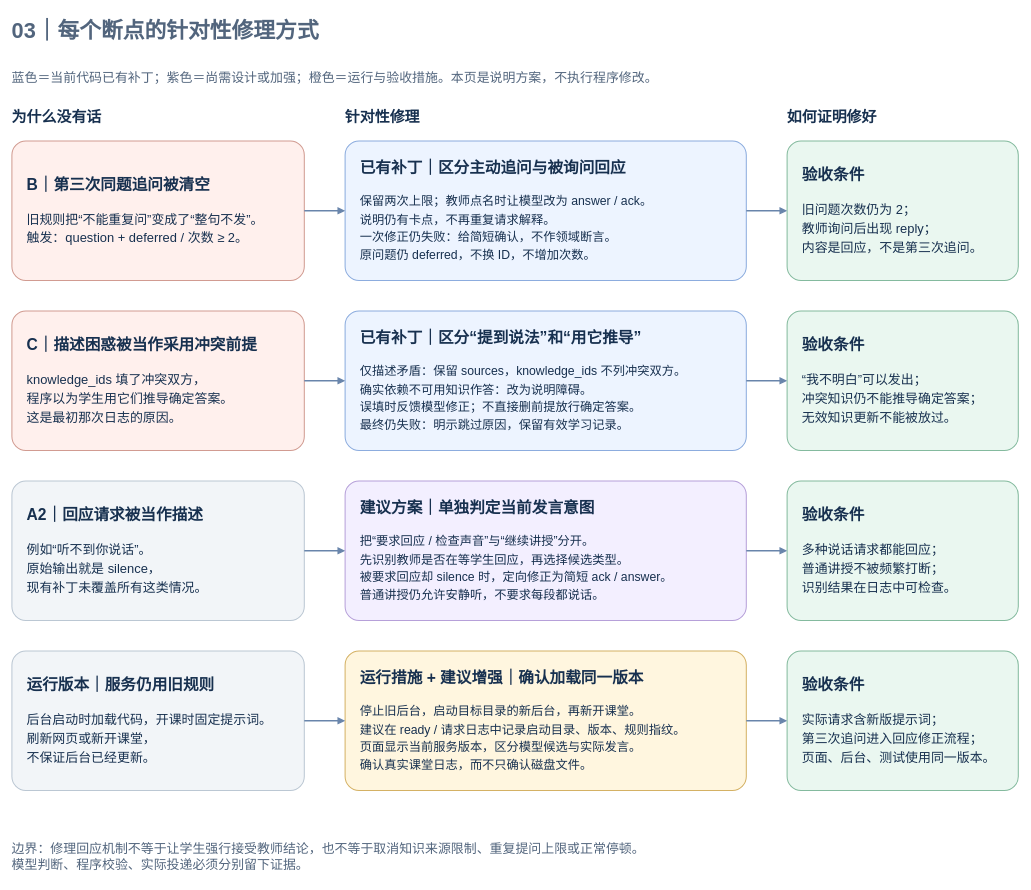
Above: page "03｜每个断点的针对性修理方式" (3 of 5) of docs/发言机制诊断/LearnFromYou-学生不发言原因与针对性修理.drawio in Liyang-pai/LearnFromYou (draw.io), before the change. Source tidied: cells renumbered, new cells numbered last; positions are measured from the earlier drawing's top-left corner, leaving out a move shared by most shapes. Both pictures are drawn from the tidied source at 68%, with x=0, y=0 at pixel (12, 12).
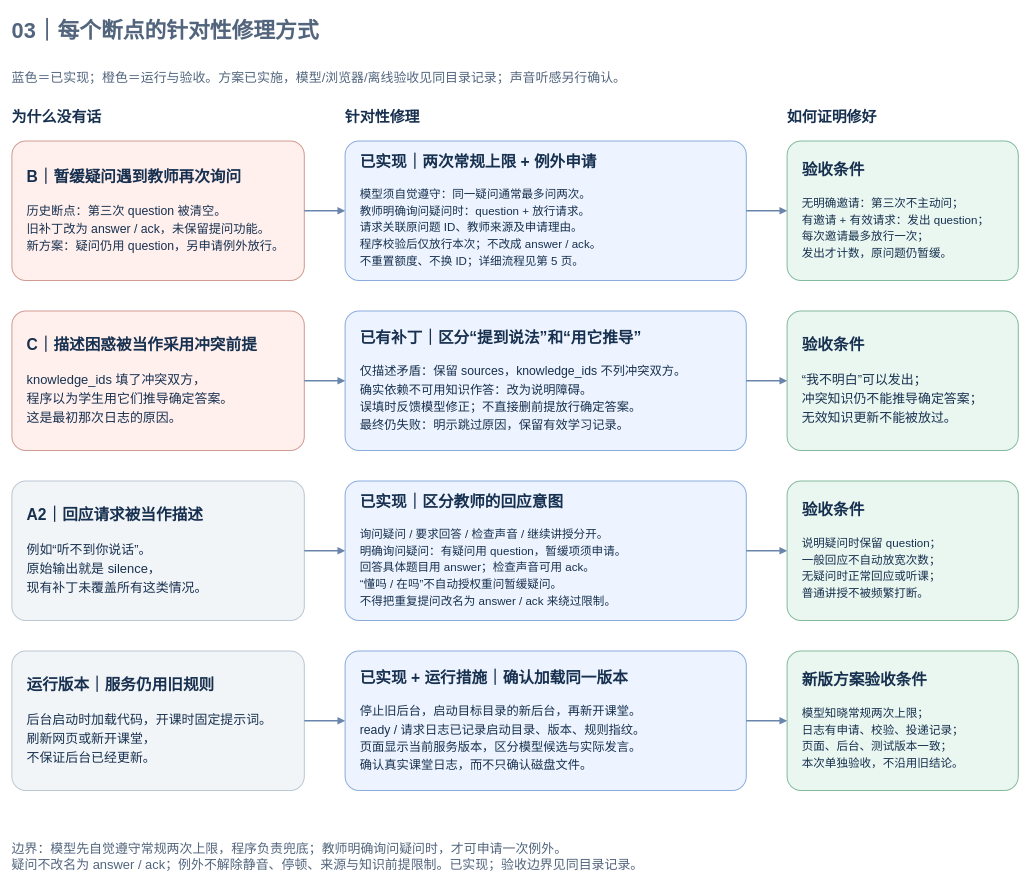
The same page after the edit.

The edit, as a diff of the source:
```diff
@@
-    <mxCell id="3" value="蓝色＝当前代码已有补丁；紫色＝尚需设计或加强；橙色＝运行与验收措施。本页是说明方案，不执行程序修改。" style="text;html=1;whiteSpace=wrap;align=left;verticalAlign=middle;fontFamily=PingFang SC;fontSize=19;fontColor=#52657D;fontStyle=0;spacing=0;strokeColor=none;fillColor=none;" parent="1" vertex="1">
+    <mxCell id="3" value="蓝色＝已实现；橙色＝运行与验收。方案已实施，模型/浏览器/离线验收见同目录记录；声音听感另行确认。" style="text;html=1;whiteSpace=wrap;align=left;verticalAlign=middle;fontFamily=PingFang SC;fontSize=19;fontColor=#52657D;fontStyle=0;spacing=0;strokeColor=none;fillColor=none;" parent="1" vertex="1">
       <mxGeometry y="65" width="1480" height="65" as="geometry" />
     </mxCell>
@@
-    <mxCell id="7" value="&lt;div style=&quot;font-size:23px;font-weight:bold;line-height:1.25&quot;&gt;B｜第三次同题追问被清空&lt;/div&gt;&lt;br&gt;&lt;div style=&quot;font-size:19px;line-height:1.45&quot;&gt;旧规则把“不能重复问”变成了“整句不发”。&lt;br&gt;触发：question + deferred / 次数 ≥ 2。&lt;/div&gt;" style="rounded=1;arcSize=10;html=1;whiteSpace=wrap;align=left;verticalAlign=middle;spacing=22;fontFamily=PingFang SC;fontSize=19;fontColor=#17304F;fillColor=#FFF0ED;strokeColor=#D19B91;strokeWidth=1.5;" parent="1" vertex="1">
+    <mxCell id="7" value="&lt;div style=&quot;font-size:23px;font-weight:bold;line-height:1.25&quot;&gt;B｜暂缓疑问遇到教师再次询问&lt;/div&gt;&lt;br&gt;&lt;div style=&quot;font-size:18px;line-height:1.45&quot;&gt;历史断点：第三次 question 被清空。&lt;br&gt;旧补丁改为 answer / ack，未保留提问功能。&lt;br&gt;新方案：疑问仍用 question，另申请例外放行。&lt;/div&gt;" style="rounded=1;arcSize=10;html=1;whiteSpace=wrap;align=left;verticalAlign=middle;spacing=22;fontFamily=PingFang SC;fontSize=19;fontColor=#17304F;fillColor=#FFF0ED;strokeColor=#D19B91;strokeWidth=1.5;" parent="1" vertex="1">
       <mxGeometry y="190" width="430" height="205" as="geometry" />
     </mxCell>
-    <mxCell id="8" value="&lt;div style=&quot;font-size:23px;font-weight:bold;line-height:1.25&quot;&gt;已有补丁｜区分主动追问与被询问回应&lt;/div&gt;&lt;br&gt;&lt;div style=&quot;font-size:18px;line-height:1.45&quot;&gt;保留两次上限；教师点名时让模型改为 answer / ack。&lt;br&gt;说明仍有卡点，不再重复请求解释。&lt;br&gt;一次修正仍失败：给简短确认，不作领域断言。&lt;br&gt;原问题仍 deferred，不换 ID，不增加次数。&lt;/div&gt;" style="rounded=1;arcSize=10;html=1;whiteSpace=wrap;align=left;verticalAlign=middle;spacing=22;fontFamily=PingFang SC;fontSize=18;fontColor=#17304F;fillColor=#EDF4FF;strokeColor=#8CACDE;strokeWidth=1.5;" parent="1" vertex="1">
+    <mxCell id="8" value="&lt;div style=&quot;font-size:23px;font-weight:bold;line-height:1.25&quot;&gt;已实现｜两次常规上限 + 例外申请&lt;/div&gt;&lt;br&gt;&lt;div style=&quot;font-size:17px;line-height:1.45&quot;&gt;模型须自觉遵守：同一疑问通常最多问两次。&lt;br&gt;教师明确询问疑问时：question + 放行请求。&lt;br&gt;请求关联原问题 ID、教师来源及申请理由。&lt;br&gt;程序校验后仅放行本次；不改成 answer / ack。&lt;br&gt;不重置额度、不换 ID；详细流程见第 5 页。&lt;/div&gt;" style="rounded=1;arcSize=10;html=1;whiteSpace=wrap;align=left;verticalAlign=middle;spacing=22;fontFamily=PingFang SC;fontSize=18;fontColor=#17304F;fillColor=#EDF4FF;strokeColor=#8CACDE;strokeWidth=1.5;" parent="1" vertex="1">
       <mxGeometry x="490" y="190" width="590" height="205" as="geometry" />
     </mxCell>
-    <mxCell id="9" value="&lt;div style=&quot;font-size:23px;font-weight:bold;line-height:1.25&quot;&gt;验收条件&lt;/div&gt;&lt;br&gt;&lt;div style=&quot;font-size:19px;line-height:1.45&quot;&gt;旧问题次数仍为 2；&lt;br&gt;教师询问后出现 reply；&lt;br&gt;内容是回应，不是第三次追问。&lt;/div&gt;" style="rounded=1;arcSize=10;html=1;whiteSpace=wrap;align=left;verticalAlign=middle;spacing=22;fontFamily=PingFang SC;fontSize=19;fontColor=#17304F;fillColor=#EAF7F0;strokeColor=#84BA9E;strokeWidth=1.5;" parent="1" vertex="1">
+    <mxCell id="9" value="&lt;div style=&quot;font-size:23px;font-weight:bold;line-height:1.25&quot;&gt;验收条件&lt;/div&gt;&lt;br&gt;&lt;div style=&quot;font-size:17px;line-height:1.45&quot;&gt;无明确邀请：第三次不主动问；&lt;br&gt;有邀请 + 有效请求：发出 question；&lt;br&gt;每次邀请最多放行一次；&lt;br&gt;发出才计数，原问题仍暂缓。&lt;/div&gt;" style="rounded=1;arcSize=10;html=1;whiteSpace=wrap;align=left;verticalAlign=middle;spacing=22;fontFamily=PingFang SC;fontSize=19;fontColor=#17304F;fillColor=#EAF7F0;strokeColor=#84BA9E;strokeWidth=1.5;" parent="1" vertex="1">
       <mxGeometry x="1140" y="190" width="340" height="205" as="geometry" />
     </mxCell>
@@
-    <mxCell id="18" value="&lt;div style=&quot;font-size:23px;font-weight:bold;line-height:1.25&quot;&gt;建议方案｜单独判定当前发言意图&lt;/div&gt;&lt;br&gt;&lt;div style=&quot;font-size:18px;line-height:1.45&quot;&gt;把“要求回应 / 检查声音”与“继续讲授”分开。&lt;br&gt;先识别教师是否在等学生回应，再选择候选类型。&lt;br&gt;被要求回应却 silence 时，定向修正为简短 ack / answer。&lt;br&gt;普通讲授仍允许安静听，不要求每段都说话。&lt;/div&gt;" style="rounded=1;arcSize=10;html=1;whiteSpace=wrap;align=left;verticalAlign=middle;spacing=22;fontFamily=PingFang SC;fontSize=18;fontColor=#17304F;fillColor=#F3EFFF;strokeColor=#B6A0D9;strokeWidth=1.5;" parent="1" vertex="1">
+    <mxCell id="18" value="&lt;div style=&quot;font-size:23px;font-weight:bold;line-height:1.25&quot;&gt;已实现｜区分教师的回应意图&lt;/div&gt;&lt;br&gt;&lt;div style=&quot;font-size:17px;line-height:1.45&quot;&gt;询问疑问 / 要求回答 / 检查声音 / 继续讲授分开。&lt;br&gt;明确询问疑问：有疑问用 question，暂缓项须申请。&lt;br&gt;回答具体题目用 answer；检查声音可用 ack。&lt;br&gt;“懂吗 / 在吗”不自动授权重问暂缓疑问。&lt;br&gt;不得把重复提问改名为 answer / ack 来绕过限制。&lt;/div&gt;" style="rounded=1;arcSize=10;html=1;whiteSpace=wrap;align=left;verticalAlign=middle;spacing=22;fontFamily=PingFang SC;fontSize=18;fontColor=#17304F;fillColor=#EDF4FF;strokeColor=#8CACDE;strokeWidth=1.5;" parent="1" vertex="1">
       <mxGeometry x="490" y="690" width="590" height="205" as="geometry" />
     </mxCell>
-    <mxCell id="19" value="&lt;div style=&quot;font-size:23px;font-weight:bold;line-height:1.25&quot;&gt;验收条件&lt;/div&gt;&lt;br&gt;&lt;div style=&quot;font-size:19px;line-height:1.45&quot;&gt;多种说话请求都能回应；&lt;br&gt;普通讲授不被频繁打断；&lt;br&gt;识别结果在日志中可检查。&lt;/div&gt;" style="rounded=1;arcSize=10;html=1;whiteSpace=wrap;align=left;verticalAlign=middle;spacing=22;fontFamily=PingFang SC;fontSize=19;fontColor=#17304F;fillColor=#EAF7F0;strokeColor=#84BA9E;strokeWidth=1.5;" parent="1" vertex="1">
+    <mxCell id="19" value="&lt;div style=&quot;font-size:23px;font-weight:bold;line-height:1.25&quot;&gt;验收条件&lt;/div&gt;&lt;br&gt;&lt;div style=&quot;font-size:17px;line-height:1.45&quot;&gt;说明疑问时保留 question；&lt;br&gt;一般回应不自动放宽次数；&lt;br&gt;无疑问时正常回应或听课；&lt;br&gt;普通讲授不被频繁打断。&lt;/div&gt;" style="rounded=1;arcSize=10;html=1;whiteSpace=wrap;align=left;verticalAlign=middle;spacing=22;fontFamily=PingFang SC;fontSize=19;fontColor=#17304F;fillColor=#EAF7F0;strokeColor=#84BA9E;strokeWidth=1.5;" parent="1" vertex="1">
       <mxGeometry x="1140" y="690" width="340" height="205" as="geometry" />
     </mxCell>
@@
-    <mxCell id="23" value="&lt;div style=&quot;font-size:23px;font-weight:bold;line-height:1.25&quot;&gt;运行措施 + 建议增强｜确认加载同一版本&lt;/div&gt;&lt;br&gt;&lt;div style=&quot;font-size:18px;line-height:1.45&quot;&gt;停止旧后台，启动目标目录的新后台，再新开课堂。&lt;br&gt;建议在 ready / 请求日志中记录启动目录、版本、规则指纹。&lt;br&gt;页面显示当前服务版本，区分模型候选与实际发言。&lt;br&gt;确认真实课堂日志，而不只确认磁盘文件。&lt;/div&gt;" style="rounded=1;arcSize=10;html=1;whiteSpace=wrap;align=left;verticalAlign=middle;spacing=22;fontFamily=PingFang SC;fontSize=18;fontColor=#17304F;fillColor=#FFF6DF;strokeColor=#D4B164;strokeWidth=1.5;" parent="1" vertex="1">
+    <mxCell id="23" value="&lt;div style=&quot;font-size:23px;font-weight:bold;line-height:1.25&quot;&gt;已实现 + 运行措施｜确认加载同一版本&lt;/div&gt;&lt;br&gt;&lt;div style=&quot;font-size:18px;line-height:1.45&quot;&gt;停止旧后台，启动目标目录的新后台，再新开课堂。&lt;br&gt;ready / 请求日志已记录启动目录、版本、规则指纹。&lt;br&gt;页面显示当前服务版本，区分模型候选与实际发言。&lt;br&gt;确认真实课堂日志，而不只确认磁盘文件。&lt;/div&gt;" style="rounded=1;arcSize=10;html=1;whiteSpace=wrap;align=left;verticalAlign=middle;spacing=22;fontFamily=PingFang SC;fontSize=18;fontColor=#17304F;fillColor=#EDF4FF;strokeColor=#8CACDE;strokeWidth=1.5;" parent="1" vertex="1">
       <mxGeometry x="490" y="940" width="590" height="205" as="geometry" />
     </mxCell>
-    <mxCell id="24" value="&lt;div style=&quot;font-size:23px;font-weight:bold;line-height:1.25&quot;&gt;验收条件&lt;/div&gt;&lt;br&gt;&lt;div style=&quot;font-size:19px;line-height:1.45&quot;&gt;实际请求含新版提示词；&lt;br&gt;第三次追问进入回应修正流程；&lt;br&gt;页面、后台、测试使用同一版本。&lt;/div&gt;" style="rounded=1;arcSize=10;html=1;whiteSpace=wrap;align=left;verticalAlign=middle;spacing=22;fontFamily=PingFang SC;fontSize=19;fontColor=#17304F;fillColor=#EAF7F0;strokeColor=#84BA9E;strokeWidth=1.5;" parent="1" vertex="1">
+    <mxCell id="24" value="&lt;div style=&quot;font-size:23px;font-weight:bold;line-height:1.25&quot;&gt;新版方案验收条件&lt;/div&gt;&lt;br&gt;&lt;div style=&quot;font-size:17px;line-height:1.45&quot;&gt;模型知晓常规两次上限；&lt;br&gt;日志有申请、校验、投递记录；&lt;br&gt;页面、后台、测试版本一致；&lt;br&gt;本次单独验收，不沿用旧结论。&lt;/div&gt;" style="rounded=1;arcSize=10;html=1;whiteSpace=wrap;align=left;verticalAlign=middle;spacing=22;fontFamily=PingFang SC;fontSize=19;fontColor=#17304F;fillColor=#EAF7F0;strokeColor=#84BA9E;strokeWidth=1.5;" parent="1" vertex="1">
       <mxGeometry x="1140" y="940" width="340" height="205" as="geometry" />
     </mxCell>
@@
-    <mxCell id="27" value="边界：修理回应机制不等于让学生强行接受教师结论，也不等于取消知识来源限制、重复提问上限或正常停顿。&lt;br&gt;模型判断、程序校验、实际投递必须分别留下证据。" style="text;html=1;whiteSpace=wrap;align=left;verticalAlign=middle;fontFamily=PingFang SC;fontSize=19;fontColor=#52657D;fontStyle=0;spacing=0;strokeColor=none;fillColor=none;" parent="1" vertex="1">
+    <mxCell id="27" value="边界：模型先自觉遵守常规两次上限，程序负责兜底；教师明确询问疑问时，才可申请一次例外。&lt;br&gt;疑问不改名为 answer / ack；例外不解除静音、停顿、来源与知识前提限制。已实现；验收边界见同目录记录。" style="text;html=1;whiteSpace=wrap;align=left;verticalAlign=middle;fontFamily=PingFang SC;fontSize=19;fontColor=#52657D;fontStyle=0;spacing=0;strokeColor=none;fillColor=none;" parent="1" vertex="1">
       <mxGeometry y="1210" width="1480" height="65" as="geometry" />
     </mxCell>
```
